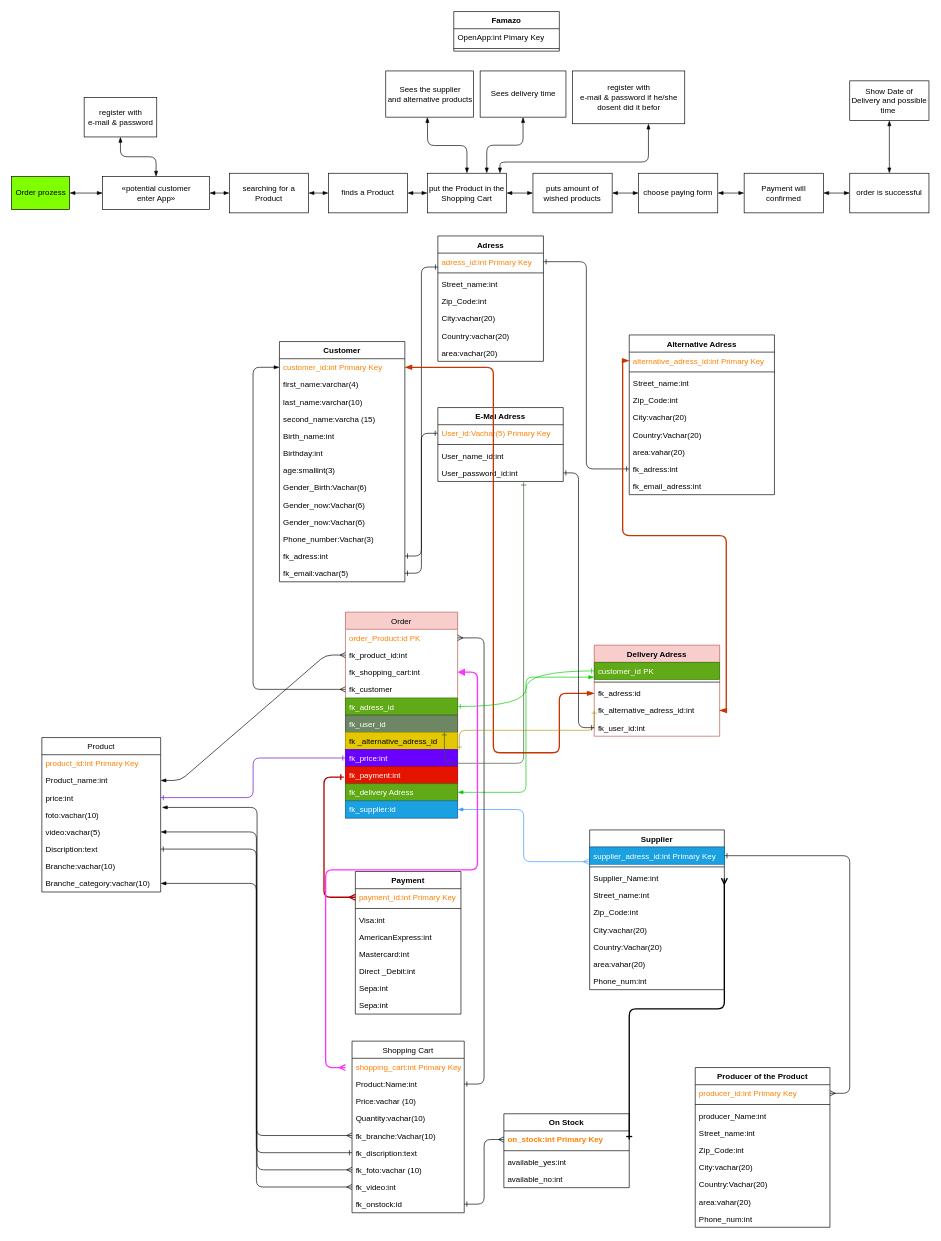
MichaelGarrigosa/backenddayone keeps this draw.io diagram as page "Famazon Visual 3 UML" (3 of 3) of Michael/FamazonMichael.drawio. Above is the earlier version. Source tidied: cells renumbered, new cells numbered last; positions are measured from the earlier drawing's top-left corner, leaving out a move shared by most shapes. Both pictures are drawn from the tidied source at 66%, with x=0, y=0 at pixel (11, 11).
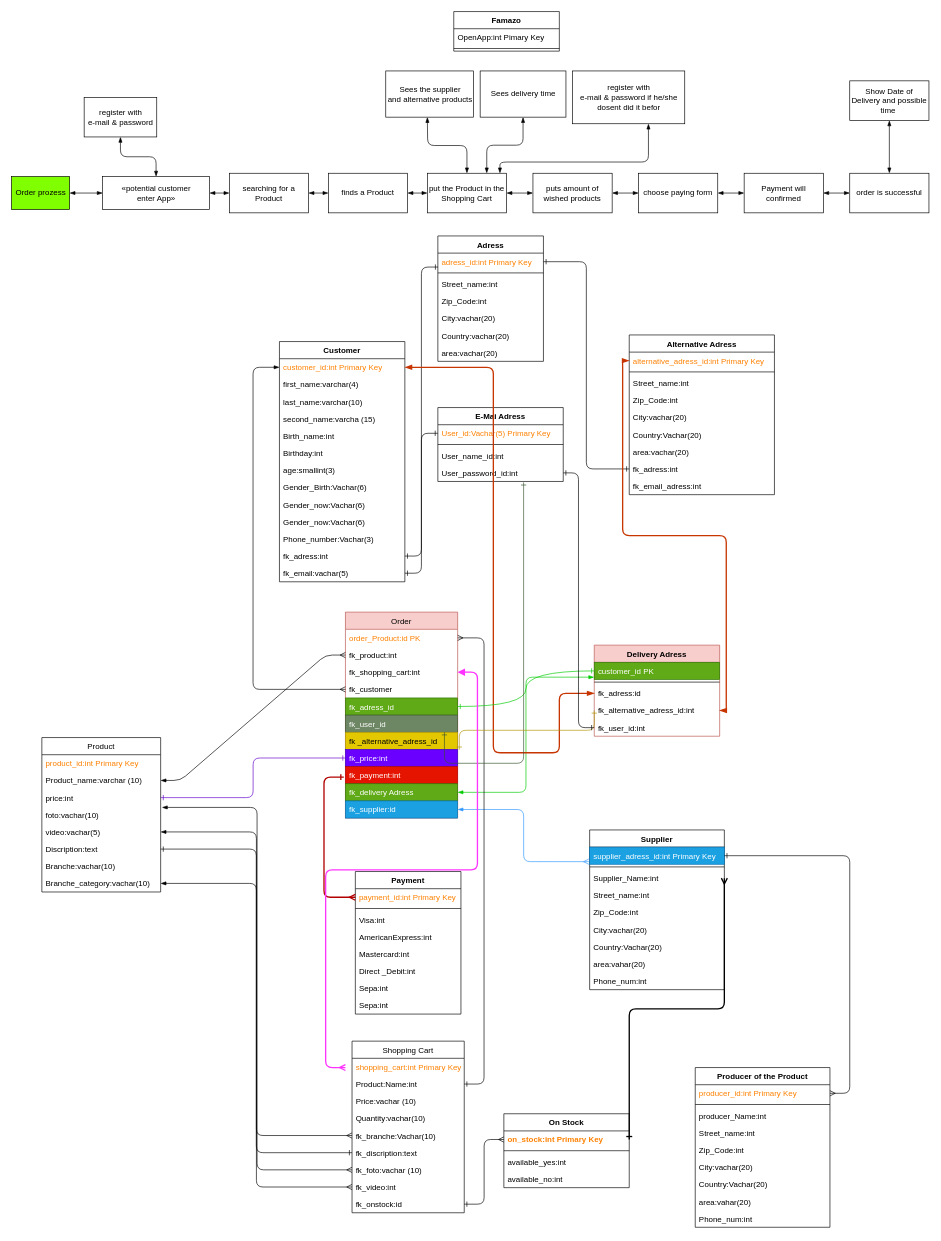
The same page after the edit.

The change refers to these unchanged cells:
```xml
<mxCell id="63" value="Alternative Adress" style="swimlane;fontStyle=1;align=center;verticalAlign=top;horizontal=1;startSize=26;" parent="1" vertex="1">
  <mxGeometry x="935.9" y="490" width="220" height="242" as="geometry" />
</mxCell>
<mxCell id="84" value="Product" style="swimlane;fontStyle=0;horizontal=1;startSize=26;fillColor=none;" parent="1" vertex="1">
  <mxGeometry x="45.9" y="1100" width="180" height="234" as="geometry" />
</mxCell>
<mxCell id="97" value="Order" style="swimlane;fontStyle=0;horizontal=1;startSize=26;fillColor=#f8cecc;strokeColor=#b85450;" parent="1" vertex="1">
  <mxGeometry x="505.9" y="910" width="170" height="312" as="geometry" />
</mxCell>
```

The edit, as a diff of the source:
```diff
@@
-    <mxCell id="70" value="area:vahar(20)" style="text;strokeColor=none;fillColor=none;align=left;verticalAlign=top;spacingLeft=4;spacingRight=4;overflow=hidden;" parent="63" vertex="1">
+    <mxCell id="70" value="area:vachar(20)" style="text;strokeColor=none;fillColor=none;align=left;verticalAlign=top;spacingLeft=4;spacingRight=4;overflow=hidden;" parent="63" vertex="1">
       <mxGeometry y="164" width="220" height="26" as="geometry" />
     </mxCell>
@@
-    <mxCell id="86" value="Product_name:int" style="text;strokeColor=none;fillColor=none;align=left;verticalAlign=top;spacingLeft=4;spacingRight=4;overflow=hidden;points=[[0,0.5],[1,0.5]];portConstraint=eastwest;" parent="84" vertex="1">
+    <mxCell id="86" value="Product_name:varchar (10)" style="text;strokeColor=none;fillColor=none;align=left;verticalAlign=top;spacingLeft=4;spacingRight=4;overflow=hidden;points=[[0,0.5],[1,0.5]];portConstraint=eastwest;" parent="84" vertex="1">
       <mxGeometry y="52" width="180" height="26" as="geometry" />
     </mxCell>
@@
-    <mxCell id="99" value="fk_product_id:int" style="text;strokeColor=none;fillColor=none;align=left;verticalAlign=top;spacingLeft=4;spacingRight=4;overflow=hidden;points=[[0,0.5],[1,0.5]];portConstraint=eastwest;" parent="97" vertex="1">
+    <mxCell id="99" value="fk_product:int" style="text;strokeColor=none;fillColor=none;align=left;verticalAlign=top;spacingLeft=4;spacingRight=4;overflow=hidden;points=[[0,0.5],[1,0.5]];portConstraint=eastwest;" parent="97" vertex="1">
       <mxGeometry y="52" width="170" height="26" as="geometry" />
     </mxCell>
```
